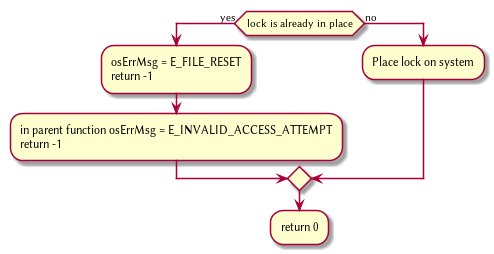
The PlantUML diagram Plant/FS_RESET.png in HawaiinPizza/CIS-450-final-project, before a commit.
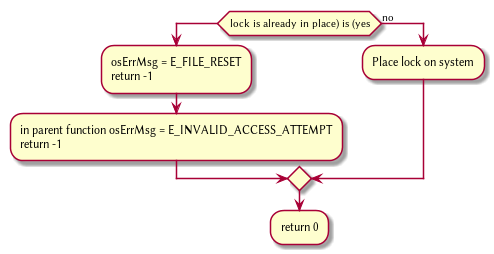
The same diagram one commit later.

Change to the diagram source:
```diff
@@ -1,5 +1,5 @@
 @startuml
-   if(lock is already in place) then (yes)
+   if(lock is already in place) is (yes)
 	   :osErrMsg = E_FILE_RESET
 	   return -1;
 	   :in parent function osErrMsg = E_INVALID_ACCESS_ATTEMPT
```
